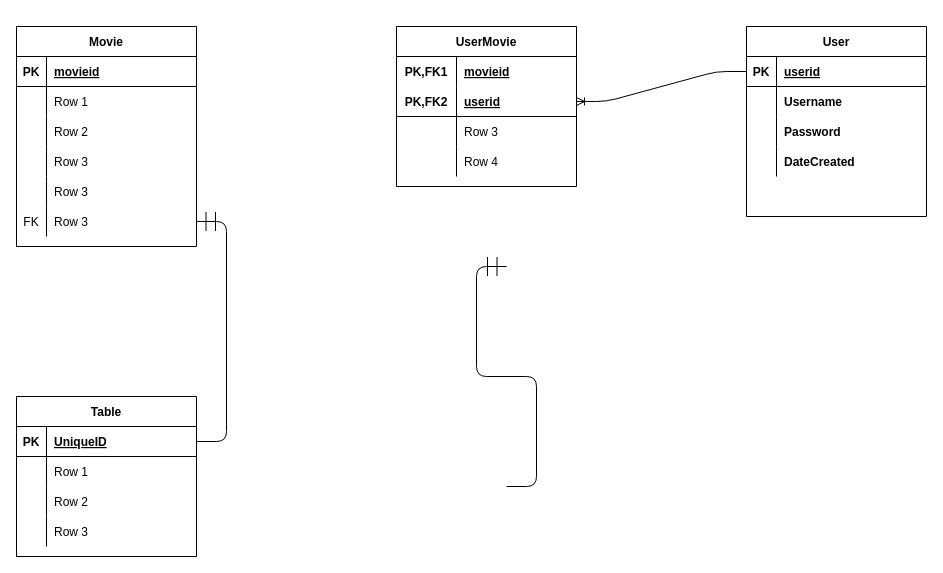
Above: Docs/Node mid project.drawio in natank/diagrams (draw.io), before the change. Source tidied: cells renumbered, new cells numbered last; positions are measured from the earlier drawing's top-left corner, leaving out a move shared by most shapes. Both pictures are drawn from the tidied source at 100%, with x=0, y=0 at pixel (16, 26).
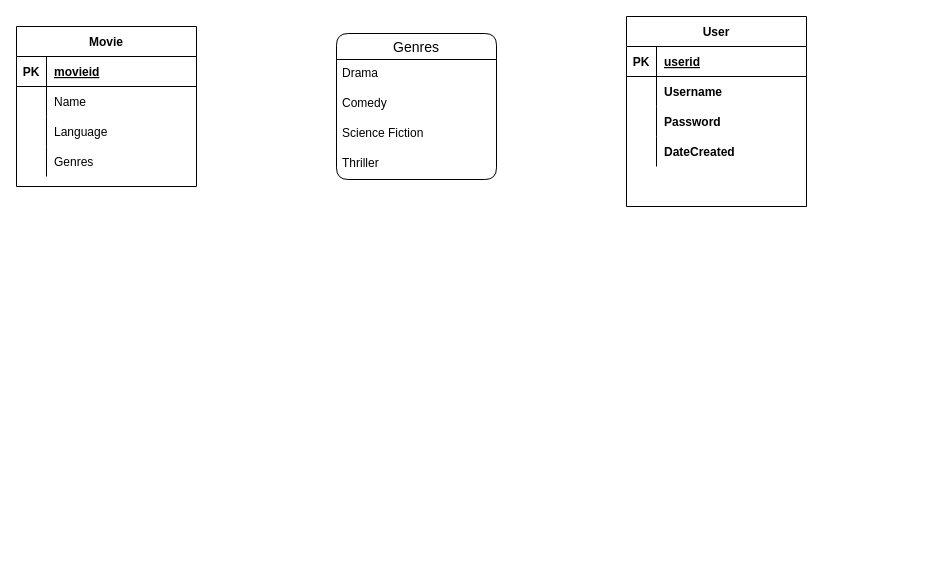
The same diagram, later.

Unchanged cells that the change refers to:
```xml
<mxCell id="6" style="shape=partialRectangle;fillColor=none;top=0;left=0;bottom=0;right=0;" parent="2" vertex="1">
  <mxGeometry y="60" width="180" height="30" as="geometry" />
</mxCell>
<mxCell id="9" style="shape=partialRectangle;fillColor=none;top=0;left=0;bottom=0;right=0;" parent="2" vertex="1">
  <mxGeometry y="90" width="180" height="30" as="geometry" />
</mxCell>
<mxCell id="12" style="shape=partialRectangle;fillColor=none;top=0;left=0;bottom=0;right=0;" parent="2" vertex="1">
  <mxGeometry y="120" width="180" height="30" as="geometry" />
</mxCell>
<mxCell id="22" style="shape=partialRectangle;fillColor=none;top=0;left=0;bottom=1;right=0;points=[[0,0.5],[1,0.5]];portConstraint=eastwest;" parent="21" vertex="1">
  <mxGeometry y="30" width="180" height="30" as="geometry" />
</mxCell>
```

The edit, as a diff of the source:
```diff
@@
     <mxCell id="2" value="Movie" style="shape=table;startSize=30;childLayout=tableLayout;rowLines=0;fontStyle=1;align=center;" parent="1" vertex="1">
-      <mxGeometry width="180" height="220" as="geometry" />
+      <mxGeometry width="180" height="160" as="geometry" />
     </mxCell>
@@
-    <mxCell id="8" value="Row 1" style="shape=partialRectangle;fillColor=none;top=0;left=0;bottom=0;right=0;align=left;spacingLeft=6;overflow=hidden;" parent="6" vertex="1">
+    <mxCell id="8" value="Name" style="shape=partialRectangle;fillColor=none;top=0;left=0;bottom=0;right=0;align=left;spacingLeft=6;overflow=hidden;" parent="6" vertex="1">
       <mxGeometry x="30" width="150" height="30" as="geometry" />
     </mxCell>
@@
-    <mxCell id="11" value="Row 2" style="shape=partialRectangle;fillColor=none;top=0;left=0;bottom=0;right=0;align=left;spacingLeft=6;overflow=hidden;" parent="9" vertex="1">
+    <mxCell id="11" value="Language" style="shape=partialRectangle;fillColor=none;top=0;left=0;bottom=0;right=0;align=left;spacingLeft=6;overflow=hidden;" parent="9" vertex="1">
       <mxGeometry x="30" width="150" height="30" as="geometry" />
     </mxCell>
@@
-    <mxCell id="14" value="Row 3" style="shape=partialRectangle;fillColor=none;top=0;left=0;bottom=0;right=0;align=left;spacingLeft=6;overflow=hidden;" parent="12" vertex="1">
+    <mxCell id="14" value="Genres" style="shape=partialRectangle;fillColor=none;top=0;left=0;bottom=0;right=0;align=left;spacingLeft=6;overflow=hidden;" parent="12" vertex="1">
       <mxGeometry x="30" width="150" height="30" as="geometry" />
     </mxCell>
-    <mxCell id="15" style="shape=partialRectangle;fillColor=none;top=0;left=0;bottom=0;right=0;" parent="2" vertex="1">
-      <mxGeometry y="150" width="180" height="30" as="geometry" />
-    </mxCell>
-    <mxCell id="16" style="shape=partialRectangle;fillColor=none;top=0;left=0;bottom=0;right=0;overflow=hidden;" parent="15" vertex="1">
-      <mxGeometry width="30" height="30" as="geometry" />
-    </mxCell>
-    <mxCell id="17" value="Row 3" style="shape=partialRectangle;fillColor=none;top=0;left=0;bottom=0;right=0;align=left;spacingLeft=6;overflow=hidden;" parent="15" vertex="1">
-      <mxGeometry x="30" width="150" height="30" as="geometry" />
-    </mxCell>
-    <mxCell id="18" style="shape=partialRectangle;fillColor=none;top=0;left=0;bottom=0;right=0;points=[[0,0.5],[1,0.5]];portConstraint=eastwest;" parent="2" vertex="1">
-      <mxGeometry y="180" width="180" height="30" as="geometry" />
-    </mxCell>
-    <mxCell id="19" value="FK" style="shape=partialRectangle;fillColor=none;top=0;left=0;bottom=0;right=0;overflow=hidden;" parent="18" vertex="1">
-      <mxGeometry width="30" height="30" as="geometry" />
-    </mxCell>
-    <mxCell id="20" value="Row 3" style="shape=partialRectangle;fillColor=none;top=0;left=0;bottom=0;right=0;align=left;spacingLeft=6;overflow=hidden;" parent="18" vertex="1">
-      <mxGeometry x="30" width="150" height="30" as="geometry" />
-    </mxCell>
     <mxCell id="21" value="User" style="shape=table;startSize=30;childLayout=tableLayout;rowLines=0;fontStyle=1;align=center;" parent="1" vertex="1">
-      <mxGeometry x="730" width="180" height="190" as="geometry" />
+      <mxGeometry x="610" y="-10" width="180" height="190" as="geometry" />
     </mxCell>
@@
-    <mxCell id="34" value="Table" style="shape=table;startSize=30;childLayout=tableLayout;rowLines=0;fontStyle=1;align=center;" parent="1" vertex="1">
-      <mxGeometry y="370" width="180" height="160" as="geometry" />
-    </mxCell>
-    <mxCell id="35" style="shape=partialRectangle;fillColor=none;top=0;left=0;bottom=1;right=0;points=[[0,0.5],[1,0.5]];portConstraint=eastwest;" parent="34" vertex="1">
-      <mxGeometry y="30" width="180" height="30" as="geometry" />
-    </mxCell>
-    <mxCell id="36" value="PK" style="shape=partialRectangle;fillColor=none;top=0;left=0;bottom=0;right=0;fontStyle=1;overflow=hidden;" parent="35" vertex="1">
-      <mxGeometry width="30" height="30" as="geometry" />
-    </mxCell>
-    <mxCell id="37" value="UniqueID" style="shape=partialRectangle;fillColor=none;top=0;left=0;bottom=0;right=0;align=left;spacingLeft=6;fontStyle=5;overflow=hidden;" parent="35" vertex="1">
-      <mxGeometry x="30" width="150" height="30" as="geometry" />
-    </mxCell>
-    <mxCell id="38" style="shape=partialRectangle;fillColor=none;top=0;left=0;bottom=0;right=0;" parent="34" vertex="1">
-      <mxGeometry y="60" width="180" height="30" as="geometry" />
-    </mxCell>
-    <mxCell id="39" style="shape=partialRectangle;fillColor=none;top=0;left=0;bottom=0;right=0;overflow=hidden;" parent="38" vertex="1">
-      <mxGeometry width="30" height="30" as="geometry" />
-    </mxCell>
-    <mxCell id="40" value="Row 1" style="shape=partialRectangle;fillColor=none;top=0;left=0;bottom=0;right=0;align=left;spacingLeft=6;overflow=hidden;" parent="38" vertex="1">
-      <mxGeometry x="30" width="150" height="30" as="geometry" />
-    </mxCell>
-    <mxCell id="41" style="shape=partialRectangle;fillColor=none;top=0;left=0;bottom=0;right=0;" parent="34" vertex="1">
-      <mxGeometry y="90" width="180" height="30" as="geometry" />
-    </mxCell>
-    <mxCell id="42" style="shape=partialRectangle;fillColor=none;top=0;left=0;bottom=0;right=0;overflow=hidden;" parent="41" vertex="1">
-      <mxGeometry width="30" height="30" as="geometry" />
-    </mxCell>
-    <mxCell id="43" value="Row 2" style="shape=partialRectangle;fillColor=none;top=0;left=0;bottom=0;right=0;align=left;spacingLeft=6;overflow=hidden;" parent="41" vertex="1">
-      <mxGeometry x="30" width="150" height="30" as="geometry" />
-    </mxCell>
-    <mxCell id="44" style="shape=partialRectangle;fillColor=none;top=0;left=0;bottom=0;right=0;" parent="34" vertex="1">
-      <mxGeometry y="120" width="180" height="30" as="geometry" />
-    </mxCell>
-    <mxCell id="45" style="shape=partialRectangle;fillColor=none;top=0;left=0;bottom=0;right=0;overflow=hidden;" parent="44" vertex="1">
-      <mxGeometry width="30" height="30" as="geometry" />
-    </mxCell>
-    <mxCell id="46" value="Row 3" style="shape=partialRectangle;fillColor=none;top=0;left=0;bottom=0;right=0;align=left;spacingLeft=6;overflow=hidden;" parent="44" vertex="1">
-      <mxGeometry x="30" width="150" height="30" as="geometry" />
-    </mxCell>
-    <mxCell id="47" value="UserMovie" style="shape=table;startSize=30;childLayout=tableLayout;rowLines=0;fontStyle=1;align=center;" parent="1" vertex="1">
-      <mxGeometry x="380" width="180" height="160" as="geometry" />
-    </mxCell>
-    <mxCell id="48" style="shape=partialRectangle;fillColor=none;top=0;left=0;bottom=0;right=0;" parent="47" vertex="1">
-      <mxGeometry y="30" width="180" height="30" as="geometry" />
-    </mxCell>
-    <mxCell id="49" value="PK,FK1" style="shape=partialRectangle;fillColor=none;top=0;left=0;bottom=0;right=0;fontStyle=1;overflow=hidden;" parent="48" vertex="1">
-      <mxGeometry width="60" height="30" as="geometry" />
-    </mxCell>
-    <mxCell id="50" value="movieid" style="shape=partialRectangle;fillColor=none;top=0;left=0;bottom=0;right=0;align=left;spacingLeft=6;fontStyle=5;overflow=hidden;" parent="48" vertex="1">
-      <mxGeometry x="60" width="120" height="30" as="geometry" />
-    </mxCell>
-    <mxCell id="51" style="shape=partialRectangle;fillColor=none;top=0;left=0;bottom=1;right=0;points=[[0,0.5],[1,0.5]];portConstraint=eastwest;" parent="47" vertex="1">
-      <mxGeometry y="60" width="180" height="30" as="geometry" />
-    </mxCell>
-    <mxCell id="52" value="PK,FK2" style="shape=partialRectangle;fillColor=none;top=0;left=0;bottom=0;right=0;fontStyle=1;overflow=hidden;" parent="51" vertex="1">
-      <mxGeometry width="60" height="30" as="geometry" />
-    </mxCell>
-    <mxCell id="53" value="userid" style="shape=partialRectangle;fillColor=none;top=0;left=0;bottom=0;right=0;align=left;spacingLeft=6;fontStyle=5;overflow=hidden;" parent="51" vertex="1">
-      <mxGeometry x="60" width="120" height="30" as="geometry" />
-    </mxCell>
-    <mxCell id="54" style="shape=partialRectangle;fillColor=none;top=0;left=0;bottom=0;right=0;" parent="47" vertex="1">
-      <mxGeometry y="90" width="180" height="30" as="geometry" />
-    </mxCell>
-    <mxCell id="55" style="shape=partialRectangle;fillColor=none;top=0;left=0;bottom=0;right=0;overflow=hidden;" parent="54" vertex="1">
-      <mxGeometry width="60" height="30" as="geometry" />
-    </mxCell>
-    <mxCell id="56" value="Row 3" style="shape=partialRectangle;fillColor=none;top=0;left=0;bottom=0;right=0;align=left;spacingLeft=6;overflow=hidden;" parent="54" vertex="1">
-      <mxGeometry x="60" width="120" height="30" as="geometry" />
-    </mxCell>
-    <mxCell id="57" style="shape=partialRectangle;fillColor=none;top=0;left=0;bottom=0;right=0;" parent="47" vertex="1">
-      <mxGeometry y="120" width="180" height="30" as="geometry" />
-    </mxCell>
-    <mxCell id="58" style="shape=partialRectangle;fillColor=none;top=0;left=0;bottom=0;right=0;overflow=hidden;" parent="57" vertex="1">
-      <mxGeometry width="60" height="30" as="geometry" />
-    </mxCell>
-    <mxCell id="59" value="Row 4" style="shape=partialRectangle;fillColor=none;top=0;left=0;bottom=0;right=0;align=left;spacingLeft=6;overflow=hidden;" parent="57" vertex="1">
-      <mxGeometry x="60" width="120" height="30" as="geometry" />
-    </mxCell>
-    <mxCell id="60" style="edgeStyle=entityRelationEdgeStyle;fontSize=12;html=1;endArrow=ERmandOne;endSize=17;exitX=1;exitY=0.5;exitDx=0;exitDy=0;entryX=1;entryY=0.5;entryDx=0;entryDy=0;" parent="1" edge="1" source="35" target="18">
-      <mxGeometry relative="1" as="geometry" />
-    </mxCell>
-    <mxCell id="61" style="edgeStyle=entityRelationEdgeStyle;fontSize=12;html=1;endArrow=ERmandOne;endSize=17;exitX=1;exitY=0.5;exitDx=0;exitDy=0;entryX=1;entryY=0.5;entryDx=0;entryDy=0;" parent="1" edge="1">
-      <mxGeometry relative="1" as="geometry">
-        <mxPoint x="490" y="460" as="sourcePoint" />
-        <mxPoint x="490" y="240" as="targetPoint" />
-      </mxGeometry>
-    </mxCell>
-    <mxCell id="62" style="edgeStyle=entityRelationEdgeStyle;fontSize=12;html=1;endArrow=ERoneToMany;exitX=0;exitY=0.5;exitDx=0;exitDy=0;entryX=1;entryY=0.5;entryDx=0;entryDy=0;" parent="1" edge="1" source="22" target="51">
-      <mxGeometry relative="1" as="geometry" />
-    </mxCell>
+    <mxCell id="63" value="Genres" style="swimlane;fontStyle=0;horizontal=1;startSize=26;align=center;fontSize=14;rounded=1;" parent="1" vertex="1">
+      <mxGeometry x="320" y="7" width="160" height="146" as="geometry" />
+    </mxCell>
+    <mxCell id="64" value="Drama" style="text;strokeColor=none;fillColor=none;spacingLeft=4;spacingRight=4;overflow=hidden;fontSize=12;" parent="63" vertex="1">
+      <mxGeometry y="26" width="160" height="30" as="geometry" />
+    </mxCell>
+    <mxCell id="65" value="Comedy" style="text;strokeColor=none;fillColor=none;spacingLeft=4;spacingRight=4;overflow=hidden;fontSize=12;" parent="63" vertex="1">
+      <mxGeometry y="56" width="160" height="30" as="geometry" />
+    </mxCell>
+    <mxCell id="66" value="Science Fiction" style="text;strokeColor=none;fillColor=none;spacingLeft=4;spacingRight=4;overflow=hidden;fontSize=12;" parent="63" vertex="1">
+      <mxGeometry y="86" width="160" height="30" as="geometry" />
+    </mxCell>
+    <mxCell id="67" value="Thriller" style="text;strokeColor=none;fillColor=none;spacingLeft=4;spacingRight=4;overflow=hidden;fontSize=12;" parent="63" vertex="1">
+      <mxGeometry y="116" width="160" height="30" as="geometry" />
+    </mxCell>
```
